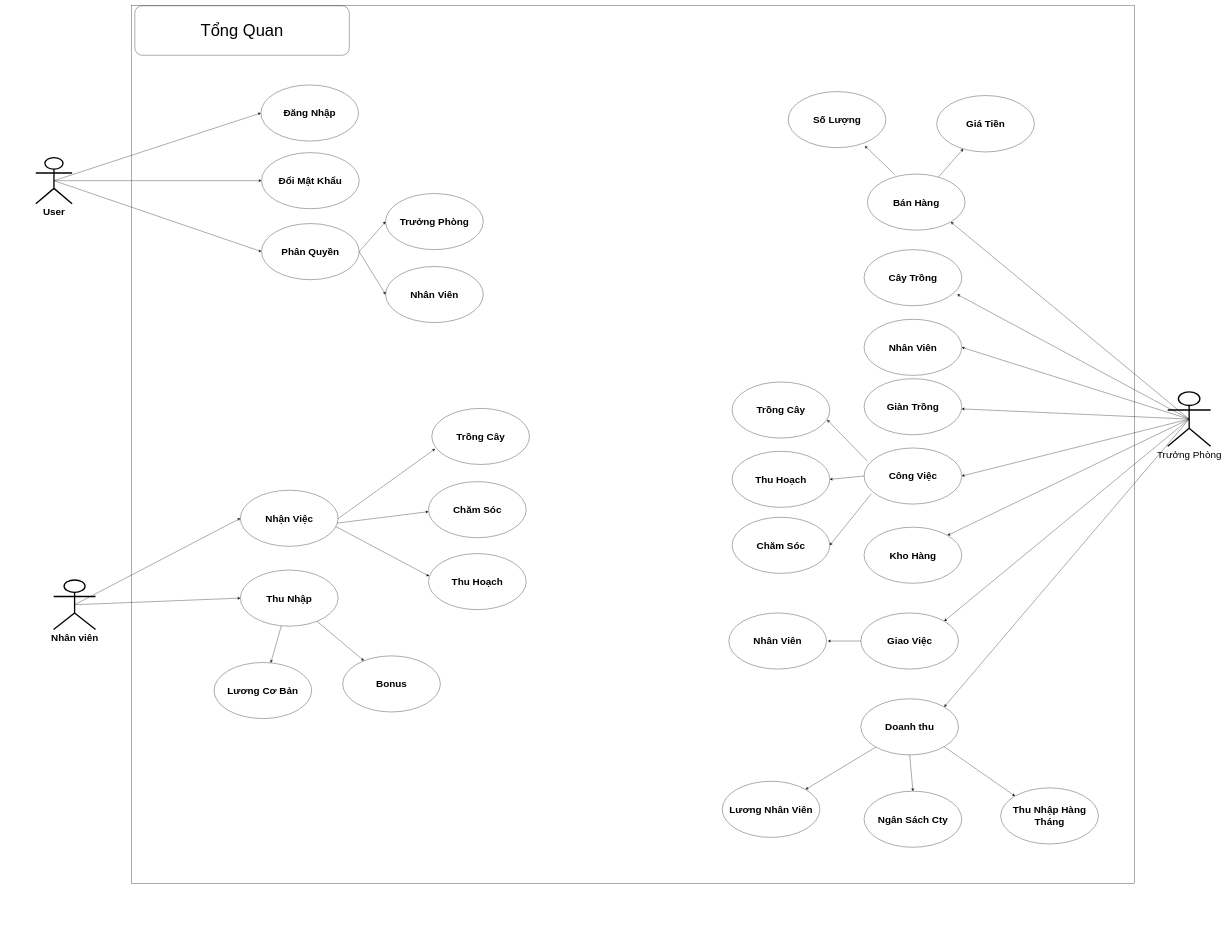
Above: page "Tổng Quan" (1 of 4) of FarmSys/Document_nhom1/UserCase_FarmSys_Nhom1.drawio in chunn24/Duan1 (draw.io), before the change. Source tidied: cells renumbered, new cells numbered last; positions are measured from the earlier drawing's top-left corner, leaving out a move shared by most shapes. Both pictures are drawn from the tidied source at 33%, with x=0, y=0 at pixel (36, 6).
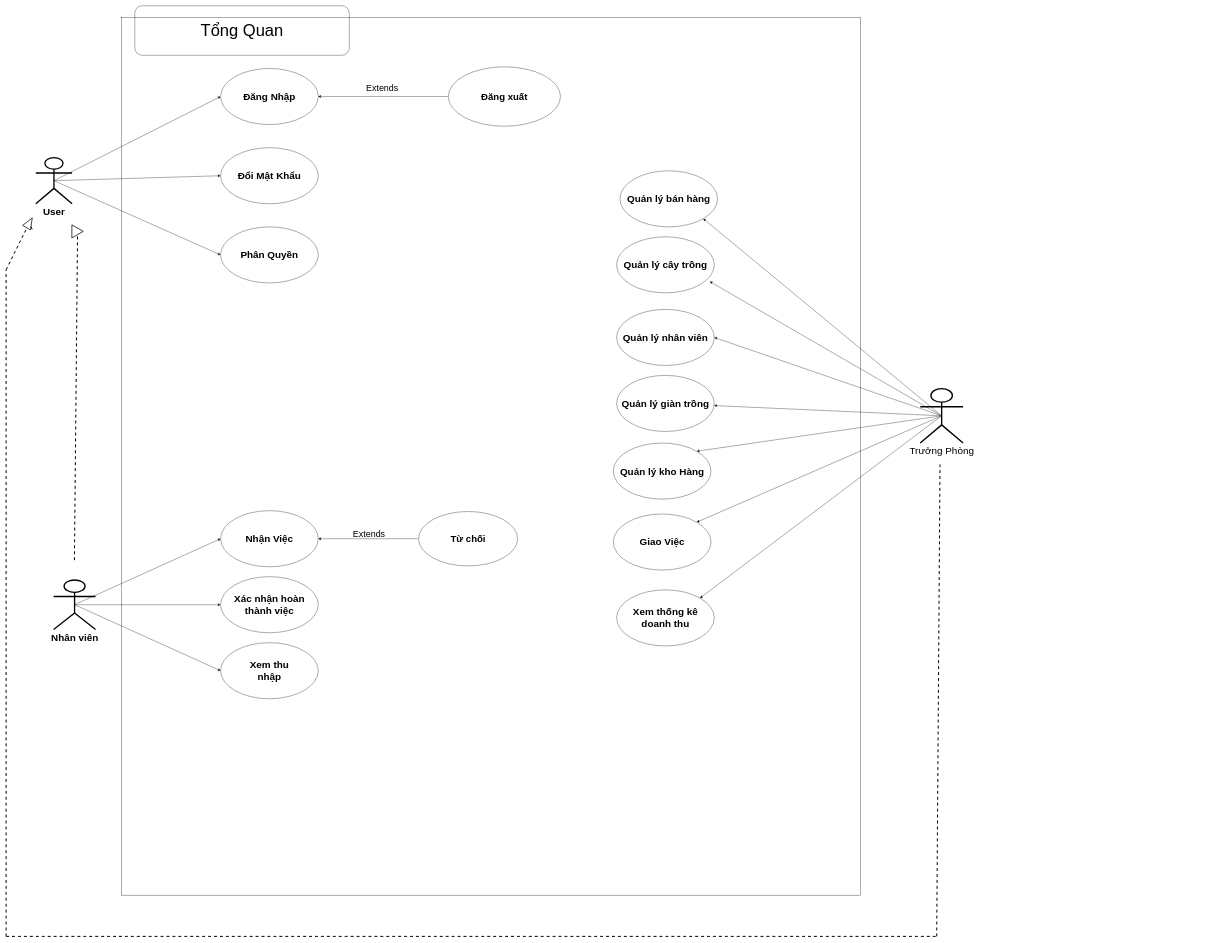
After the change.

Unchanged cells that the change refers to:
```xml
<mxCell id="17" value="&lt;font style=&quot;font-size: 30px&quot;&gt;&lt;b&gt;Nhân viên&lt;/b&gt;&lt;/font&gt;" style="shape=umlActor;verticalLabelPosition=bottom;verticalAlign=top;html=1;outlineConnect=0;strokeWidth=4;" parent="1" vertex="1">
  <mxGeometry x="54" y="1740" width="127" height="150" as="geometry" />
</mxCell>
```

What changed in the source:
```diff
@@
-    <mxCell id="2" style="rounded=0;whiteSpace=wrap;html=1;fontSize=30;verticalAlign=middle;fillColor=none;" parent="1" vertex="1">
-      <mxGeometry x="290" width="3040" height="2660" as="geometry" />
-    </mxCell>
+    <mxCell id="65" style="rounded=0;whiteSpace=wrap;html=1;fontSize=30;verticalAlign=middle;fillColor=none;" parent="1" vertex="1">
+      <mxGeometry x="260" y="35" width="2240" height="2660" as="geometry" />
+    </mxCell>
     <mxCell id="3" value="&lt;font style=&quot;font-size: 30px&quot;&gt;Trưởng Phòng&lt;/font&gt;" style="shape=umlActor;verticalLabelPosition=bottom;verticalAlign=top;html=1;outlineConnect=0;strokeWidth=4;" parent="1" vertex="1">
-      <mxGeometry x="3430" y="1170" width="130" height="165" as="geometry" />
+      <mxGeometry x="2680" y="1160" width="130" height="165" as="geometry" />
     </mxCell>
-    <mxCell id="4" style="endArrow=classic;html=1;rounded=0;exitX=0.5;exitY=0.5;exitDx=0;exitDy=0;exitPerimeter=0;entryX=1;entryY=0.5;entryDx=0;entryDy=0;" parent="1" edge="1" source="3" target="62">
-      <mxGeometry relative="1" as="geometry" />
-    </mxCell>
-    <mxCell id="5" style="endArrow=classic;html=1;rounded=0;exitX=0.5;exitY=0.5;exitDx=0;exitDy=0;exitPerimeter=0;entryX=1;entryY=0.5;entryDx=0;entryDy=0;" parent="1" edge="1" source="3" target="53">
-      <mxGeometry relative="1" as="geometry" />
-    </mxCell>
-    <mxCell id="6" style="endArrow=classic;html=1;rounded=0;entryX=1;entryY=0;entryDx=0;entryDy=0;exitX=0.5;exitY=0.5;exitDx=0;exitDy=0;exitPerimeter=0;" parent="1" edge="1" source="3" target="45">
-      <mxGeometry relative="1" as="geometry" />
-    </mxCell>
-    <mxCell id="7" style="endArrow=classic;html=1;rounded=0;exitX=0.5;exitY=0.5;exitDx=0;exitDy=0;exitPerimeter=0;entryX=1;entryY=0;entryDx=0;entryDy=0;" parent="1" edge="1" source="3" target="52">
-      <mxGeometry relative="1" as="geometry" />
-    </mxCell>
+    <mxCell id="66" style="endArrow=classic;html=1;rounded=0;exitX=0.5;exitY=0.5;exitDx=0;exitDy=0;exitPerimeter=0;entryX=1;entryY=0.5;entryDx=0;entryDy=0;" parent="1" edge="1" source="3" target="80">
+      <mxGeometry relative="1" as="geometry" />
+    </mxCell>
+    <mxCell id="67" style="endArrow=classic;html=1;rounded=0;entryX=1;entryY=0;entryDx=0;entryDy=0;exitX=0.5;exitY=0.5;exitDx=0;exitDy=0;exitPerimeter=0;" parent="1" edge="1" source="3" target="76">
+      <mxGeometry relative="1" as="geometry" />
+    </mxCell>
+    <mxCell id="68" style="endArrow=classic;html=1;rounded=0;exitX=0.5;exitY=0.5;exitDx=0;exitDy=0;exitPerimeter=0;entryX=1;entryY=0;entryDx=0;entryDy=0;" parent="1" edge="1" source="3" target="77">
+      <mxGeometry relative="1" as="geometry" />
+    </mxCell>
@@
-    <mxCell id="9" style="endArrow=classic;html=1;rounded=0;exitX=0.5;exitY=0.5;exitDx=0;exitDy=0;exitPerimeter=0;" parent="1" edge="1" source="3" target="60">
-      <mxGeometry relative="1" as="geometry" />
-    </mxCell>
-    <mxCell id="10" style="endArrow=classic;html=1;rounded=0;exitX=0.5;exitY=0.5;exitDx=0;exitDy=0;exitPerimeter=0;entryX=0.953;entryY=0.797;entryDx=0;entryDy=0;entryPerimeter=0;" parent="1" edge="1" source="3" target="61">
-      <mxGeometry relative="1" as="geometry" />
-    </mxCell>
+    <mxCell id="69" style="endArrow=classic;html=1;rounded=0;exitX=0.5;exitY=0.5;exitDx=0;exitDy=0;exitPerimeter=0;" parent="1" edge="1" source="3" target="78">
+      <mxGeometry relative="1" as="geometry" />
+    </mxCell>
+    <mxCell id="70" style="endArrow=classic;html=1;rounded=0;exitX=0.5;exitY=0.5;exitDx=0;exitDy=0;exitPerimeter=0;entryX=0.953;entryY=0.797;entryDx=0;entryDy=0;entryPerimeter=0;" parent="1" edge="1" source="3" target="79">
+      <mxGeometry relative="1" as="geometry" />
+    </mxCell>
@@
-    <mxCell id="16" style="endArrow=classic;html=1;rounded=0;fontSize=30;entryX=1;entryY=1;entryDx=0;entryDy=0;exitX=0.5;exitY=0.5;exitDx=0;exitDy=0;exitPerimeter=0;" parent="1" edge="1" source="3" target="41">
-      <mxGeometry relative="1" as="geometry" />
-    </mxCell>
+    <mxCell id="71" style="endArrow=classic;html=1;rounded=0;fontSize=30;entryX=1;entryY=1;entryDx=0;entryDy=0;exitX=0.5;exitY=0.5;exitDx=0;exitDy=0;exitPerimeter=0;" parent="1" edge="1" source="3" target="75">
+      <mxGeometry relative="1" as="geometry" />
+    </mxCell>
+    <mxCell id="72" style="edgeStyle=orthogonalEdgeStyle;rounded=0;jettySize=auto;html=1;exitX=0.5;exitY=0.5;exitDx=0;exitDy=0;exitPerimeter=0;" parent="1" edge="1" source="17" target="87">
+      <mxGeometry relative="1" as="geometry" />
+    </mxCell>
@@
-    <mxCell id="18" style="endArrow=classic;html=1;rounded=0;entryX=0;entryY=0.5;entryDx=0;entryDy=0;exitX=0.5;exitY=0.5;exitDx=0;exitDy=0;exitPerimeter=0;" parent="1" edge="1" source="17" target="32">
-      <mxGeometry relative="1" as="geometry" />
-    </mxCell>
-    <mxCell id="19" style="endArrow=classic;html=1;rounded=0;" parent="1" edge="1" source="32" target="33">
-      <mxGeometry relative="1" as="geometry" />
-    </mxCell>
-    <mxCell id="20" style="endArrow=classic;html=1;rounded=0;" parent="1" edge="1" source="32" target="34">
-      <mxGeometry relative="1" as="geometry" />
-    </mxCell>
-    <mxCell id="21" style="endArrow=classic;html=1;rounded=0;fontSize=12;entryX=0.034;entryY=0.721;entryDx=0;entryDy=0;exitX=1;exitY=0.5;exitDx=0;exitDy=0;entryPerimeter=0;" parent="1" edge="1" target="36">
-      <mxGeometry relative="1" as="geometry">
-        <mxPoint x="894" y="1570" as="sourcePoint" />
-      </mxGeometry>
-    </mxCell>
-    <mxCell id="22" style="endArrow=classic;html=1;rounded=0;fontSize=12;exitX=1;exitY=0.5;exitDx=0;exitDy=0;" parent="1" edge="1">
-      <mxGeometry relative="1" as="geometry">
-        <mxPoint x="894" y="1570" as="sourcePoint" />
-        <mxPoint x="1190" y="1533" as="targetPoint" />
-      </mxGeometry>
-    </mxCell>
-    <mxCell id="23" style="endArrow=classic;html=1;rounded=0;fontSize=12;entryX=0.007;entryY=0.403;entryDx=0;entryDy=0;exitX=1;exitY=0.5;exitDx=0;exitDy=0;entryPerimeter=0;" parent="1" edge="1" target="38">
-      <mxGeometry relative="1" as="geometry">
-        <mxPoint x="894" y="1570" as="sourcePoint" />
-      </mxGeometry>
-    </mxCell>
+    <mxCell id="73" style="endArrow=classic;html=1;rounded=0;entryX=0;entryY=0.5;entryDx=0;entryDy=0;exitX=0.5;exitY=0.5;exitDx=0;exitDy=0;exitPerimeter=0;" parent="1" edge="1" source="17" target="74">
+      <mxGeometry relative="1" as="geometry" />
+    </mxCell>
     <mxCell id="24" value="Phân Quyền" style="ellipse;whiteSpace=wrap;html=1;fontSize=30;fontStyle=1;" parent="1" vertex="1">
-      <mxGeometry x="684" y="660" width="296" height="170" as="geometry" />
+      <mxGeometry x="560" y="670" width="296" height="170" as="geometry" />
     </mxCell>
-    <mxCell id="25" value="Nhân Viên" style="ellipse;whiteSpace=wrap;html=1;fontSize=30;fontStyle=1;" parent="1" vertex="1">
-      <mxGeometry x="1060" y="790" width="296" height="170" as="geometry" />
-    </mxCell>
-    <mxCell id="26" value="Trưởng Phòng" style="ellipse;whiteSpace=wrap;html=1;fontSize=30;fontStyle=1;" parent="1" vertex="1">
-      <mxGeometry x="1060" y="569" width="296" height="170" as="geometry" />
-    </mxCell>
     <mxCell id="27" value="Đổi Mật Khẩu" style="ellipse;whiteSpace=wrap;html=1;fontSize=30;fontStyle=1;" parent="1" vertex="1">
-      <mxGeometry x="684" y="445" width="296" height="170" as="geometry" />
+      <mxGeometry x="560" y="430" width="296" height="170" as="geometry" />
     </mxCell>
     <mxCell id="28" value="Đăng Nhập" style="ellipse;whiteSpace=wrap;html=1;fontSize=30;fontStyle=1;" parent="1" vertex="1">
-      <mxGeometry x="682" y="240" width="296" height="170" as="geometry" />
+      <mxGeometry x="560" y="190" width="296" height="170" as="geometry" />
     </mxCell>
-    <mxCell id="29" style="endArrow=classic;html=1;rounded=0;fontSize=30;entryX=0;entryY=0.5;entryDx=0;entryDy=0;exitX=1;exitY=0.5;exitDx=0;exitDy=0;" parent="1" edge="1" source="24" target="26">
-      <mxGeometry relative="1" as="geometry" />
-    </mxCell>
-    <mxCell id="30" style="endArrow=classic;html=1;rounded=0;fontSize=30;entryX=0;entryY=0.5;entryDx=0;entryDy=0;exitX=1;exitY=0.5;exitDx=0;exitDy=0;" parent="1" edge="1" source="24" target="25">
-      <mxGeometry relative="1" as="geometry" />
-    </mxCell>
     <mxCell id="31" value="Nhận Việc" style="ellipse;whiteSpace=wrap;html=1;fontSize=30;fontStyle=1;" parent="1" vertex="1">
-      <mxGeometry x="620" y="1468" width="296" height="170" as="geometry" />
+      <mxGeometry x="560" y="1530" width="296" height="170" as="geometry" />
     </mxCell>
-    <mxCell id="32" value="Thu Nhập" style="ellipse;whiteSpace=wrap;html=1;fontSize=30;fontStyle=1;" parent="1" vertex="1">
-      <mxGeometry x="620" y="1710" width="296" height="170" as="geometry" />
-    </mxCell>
-    <mxCell id="33" value="Lương Cơ Bản" style="ellipse;whiteSpace=wrap;html=1;fontSize=30;fontStyle=1;" parent="1" vertex="1">
-      <mxGeometry x="540" y="1990" width="296" height="170" as="geometry" />
-    </mxCell>
-    <mxCell id="34" value="Bonus" style="ellipse;whiteSpace=wrap;html=1;fontSize=30;fontStyle=1;" parent="1" vertex="1">
-      <mxGeometry x="930" y="1970" width="296" height="170" as="geometry" />
-    </mxCell>
+    <mxCell id="74" value="Xem thu &lt;br&gt;nhập" style="ellipse;whiteSpace=wrap;html=1;fontSize=30;fontStyle=1;" parent="1" vertex="1">
+      <mxGeometry x="560" y="1930" width="296" height="170" as="geometry" />
+    </mxCell>
@@
-    <mxCell id="36" value="Trồng Cây" style="ellipse;whiteSpace=wrap;html=1;fontSize=30;fontStyle=1;" parent="1" vertex="1">
-      <mxGeometry x="1200" y="1220" width="296" height="170" as="geometry" />
-    </mxCell>
-    <mxCell id="37" value="Chăm Sóc" style="ellipse;whiteSpace=wrap;html=1;fontSize=30;fontStyle=1;" parent="1" vertex="1">
-      <mxGeometry x="1190" y="1442" width="296" height="170" as="geometry" />
-    </mxCell>
-    <mxCell id="38" value="Thu Hoạch" style="ellipse;whiteSpace=wrap;html=1;fontSize=30;fontStyle=1;" parent="1" vertex="1">
-      <mxGeometry x="1190" y="1660" width="296" height="170" as="geometry" />
-    </mxCell>
-    <mxCell id="39" value="Số Lượng" style="ellipse;whiteSpace=wrap;html=1;fontSize=30;fontStyle=1;" parent="1" vertex="1">
-      <mxGeometry x="2280" y="260" width="296" height="170" as="geometry" />
-    </mxCell>
-    <mxCell id="40" value="Giá Tiền" style="ellipse;whiteSpace=wrap;html=1;fontSize=30;fontStyle=1;" parent="1" vertex="1">
-      <mxGeometry x="2730" y="272" width="296" height="171" as="geometry" />
-    </mxCell>
-    <mxCell id="41" value="Bán Hàng" style="ellipse;whiteSpace=wrap;html=1;fontSize=30;fontStyle=1;" parent="1" vertex="1">
-      <mxGeometry x="2520" y="510" width="296" height="170" as="geometry" />
-    </mxCell>
-    <mxCell id="42" value="Lương Nhân Viên" style="ellipse;whiteSpace=wrap;html=1;fontSize=30;fontStyle=1;" parent="1" vertex="1">
-      <mxGeometry x="2080" y="2350" width="296" height="170" as="geometry" />
-    </mxCell>
-    <mxCell id="43" value="Ngân Sách Cty" style="ellipse;whiteSpace=wrap;html=1;fontSize=30;fontStyle=1;" parent="1" vertex="1">
-      <mxGeometry x="2510" y="2380" width="296" height="170" as="geometry" />
-    </mxCell>
-    <mxCell id="44" value="Thu Nhập Hàng Tháng" style="ellipse;whiteSpace=wrap;html=1;fontSize=30;fontStyle=1;" parent="1" vertex="1">
-      <mxGeometry x="2924" y="2370" width="296" height="170" as="geometry" />
-    </mxCell>
-    <mxCell id="45" value="Doanh thu" style="ellipse;whiteSpace=wrap;html=1;fontSize=30;fontStyle=1;" parent="1" vertex="1">
-      <mxGeometry x="2500" y="2100" width="296" height="170" as="geometry" />
-    </mxCell>
-    <mxCell id="46" style="endArrow=classic;html=1;rounded=0;fontSize=30;entryX=1;entryY=0;entryDx=0;entryDy=0;" parent="1" edge="1" source="45" target="42">
-      <mxGeometry relative="1" as="geometry" />
-    </mxCell>
-    <mxCell id="47" style="endArrow=classic;html=1;rounded=0;fontSize=30;entryX=0;entryY=0;entryDx=0;entryDy=0;exitX=1;exitY=1;exitDx=0;exitDy=0;" parent="1" edge="1" source="45" target="44">
-      <mxGeometry relative="1" as="geometry" />
-    </mxCell>
-    <mxCell id="48" style="endArrow=classic;html=1;rounded=0;fontSize=30;entryX=0.5;entryY=0;entryDx=0;entryDy=0;exitX=0.5;exitY=1;exitDx=0;exitDy=0;" parent="1" edge="1" source="45" target="43">
-      <mxGeometry relative="1" as="geometry" />
-    </mxCell>
-    <mxCell id="49" style="edgeStyle=orthogonalEdgeStyle;rounded=0;jettySize=auto;html=1;fontSize=30;" parent="1" edge="1" source="50">
-      <mxGeometry relative="1" as="geometry">
-        <mxPoint x="2400" y="1925" as="targetPoint" />
-      </mxGeometry>
-    </mxCell>
+    <mxCell id="75" value="Quản lý bán hàng" style="ellipse;whiteSpace=wrap;html=1;fontSize=30;fontStyle=1;" parent="1" vertex="1">
+      <mxGeometry x="1770" y="500" width="296" height="170" as="geometry" />
+    </mxCell>
+    <mxCell id="76" value="Xem thống kê doanh thu" style="ellipse;whiteSpace=wrap;html=1;fontSize=30;fontStyle=1;" parent="1" vertex="1">
+      <mxGeometry x="1760" y="1770" width="296" height="170" as="geometry" />
+    </mxCell>
     <mxCell id="50" value="Giao Việc" style="ellipse;whiteSpace=wrap;html=1;fontSize=30;fontStyle=1;" parent="1" vertex="1">
-      <mxGeometry x="2500" y="1840" width="296" height="170" as="geometry" />
+      <mxGeometry x="1750" y="1540" width="296" height="170" as="geometry" />
     </mxCell>
-    <mxCell id="51" value="Nhân Viên" style="ellipse;whiteSpace=wrap;html=1;fontSize=30;fontStyle=1;" parent="1" vertex="1">
-      <mxGeometry x="2100" y="1840" width="296" height="170" as="geometry" />
-    </mxCell>
-    <mxCell id="52" value="Kho Hàng" style="ellipse;whiteSpace=wrap;html=1;fontSize=30;fontStyle=1;" parent="1" vertex="1">
-      <mxGeometry x="2510" y="1580" width="296" height="170" as="geometry" />
-    </mxCell>
-    <mxCell id="53" value="Công Việc" style="ellipse;whiteSpace=wrap;html=1;fontSize=30;fontStyle=1;" parent="1" vertex="1">
-      <mxGeometry x="2510" y="1340" width="296" height="170" as="geometry" />
-    </mxCell>
-    <mxCell id="54" value="Thu Hoạch" style="ellipse;whiteSpace=wrap;html=1;fontSize=30;fontStyle=1;" parent="1" vertex="1">
-      <mxGeometry x="2110" y="1350" width="296" height="170" as="geometry" />
-    </mxCell>
-    <mxCell id="55" value="Chăm Sóc" style="ellipse;whiteSpace=wrap;html=1;fontSize=30;fontStyle=1;" parent="1" vertex="1">
-      <mxGeometry x="2110" y="1550" width="296" height="170" as="geometry" />
-    </mxCell>
-    <mxCell id="56" value="Trồng Cây" style="ellipse;whiteSpace=wrap;html=1;fontSize=30;fontStyle=1;" parent="1" vertex="1">
-      <mxGeometry x="2110" y="1140" width="296" height="170" as="geometry" />
-    </mxCell>
-    <mxCell id="57" style="endArrow=classic;html=1;rounded=0;fontSize=30;entryX=0.973;entryY=0.674;entryDx=0;entryDy=0;entryPerimeter=0;exitX=0.034;exitY=0.235;exitDx=0;exitDy=0;exitPerimeter=0;" parent="1" edge="1" source="53" target="56">
-      <mxGeometry relative="1" as="geometry" />
-    </mxCell>
-    <mxCell id="58" style="endArrow=classic;html=1;rounded=0;fontSize=30;entryX=1;entryY=0.5;entryDx=0;entryDy=0;exitX=0;exitY=0.5;exitDx=0;exitDy=0;" parent="1" edge="1" source="53" target="54">
-      <mxGeometry relative="1" as="geometry" />
-    </mxCell>
-    <mxCell id="59" style="endArrow=classic;html=1;rounded=0;fontSize=30;exitX=0.074;exitY=0.815;exitDx=0;exitDy=0;exitPerimeter=0;entryX=1;entryY=0.5;entryDx=0;entryDy=0;" parent="1" edge="1" source="53" target="55">
-      <mxGeometry relative="1" as="geometry" />
-    </mxCell>
-    <mxCell id="60" value="Giàn Trồng" style="ellipse;whiteSpace=wrap;html=1;fontSize=30;fontStyle=1;" parent="1" vertex="1">
-      <mxGeometry x="2510" y="1130" width="296" height="170" as="geometry" />
-    </mxCell>
-    <mxCell id="61" value="Cây Trồng" style="ellipse;whiteSpace=wrap;html=1;fontSize=30;fontStyle=1;" parent="1" vertex="1">
-      <mxGeometry x="2510" y="739" width="296" height="170" as="geometry" />
-    </mxCell>
-    <mxCell id="62" value="Nhân Viên" style="ellipse;whiteSpace=wrap;html=1;fontSize=30;fontStyle=1;" parent="1" vertex="1">
-      <mxGeometry x="2510" y="950" width="296" height="170" as="geometry" />
-    </mxCell>
-    <mxCell id="63" style="endArrow=classic;html=1;rounded=0;fontSize=30;entryX=0.784;entryY=0.968;entryDx=0;entryDy=0;entryPerimeter=0;exitX=0.277;exitY=0.003;exitDx=0;exitDy=0;exitPerimeter=0;" parent="1" edge="1" source="41" target="39">
-      <mxGeometry relative="1" as="geometry" />
-    </mxCell>
-    <mxCell id="64" style="endArrow=classic;html=1;rounded=0;fontSize=30;" parent="1" edge="1" source="41" target="40">
-      <mxGeometry relative="1" as="geometry" />
-    </mxCell>
+    <mxCell id="77" value="Quản lý kho Hàng" style="ellipse;whiteSpace=wrap;html=1;fontSize=30;fontStyle=1;" parent="1" vertex="1">
+      <mxGeometry x="1750" y="1325" width="296" height="170" as="geometry" />
+    </mxCell>
+    <mxCell id="78" value="Quản lý giàn trồng" style="ellipse;whiteSpace=wrap;html=1;fontSize=30;fontStyle=1;" parent="1" vertex="1">
+      <mxGeometry x="1760" y="1120" width="296" height="170" as="geometry" />
+    </mxCell>
+    <mxCell id="79" value="Quản lý cây trồng" style="ellipse;whiteSpace=wrap;html=1;fontSize=30;fontStyle=1;" parent="1" vertex="1">
+      <mxGeometry x="1760" y="700" width="296" height="170" as="geometry" />
+    </mxCell>
+    <mxCell id="80" value="Quản lý nhân viên" style="ellipse;whiteSpace=wrap;html=1;fontSize=30;fontStyle=1;" parent="1" vertex="1">
+      <mxGeometry x="1760" y="920" width="296" height="170" as="geometry" />
+    </mxCell>
+    <mxCell id="81" style="edgeStyle=orthogonalEdgeStyle;rounded=0;jettySize=auto;html=1;exitX=0;exitY=0.5;exitDx=0;exitDy=0;entryX=1;entryY=0.5;entryDx=0;entryDy=0;" parent="1" edge="1" source="82" target="28">
+      <mxGeometry relative="1" as="geometry" />
+    </mxCell>
+    <mxCell id="82" value="&lt;font style=&quot;font-size: 29px&quot;&gt;Đăng xuất&lt;/font&gt;" style="ellipse;whiteSpace=wrap;html=1;fontStyle=1;" parent="1" vertex="1">
+      <mxGeometry x="1250" y="185" width="340" height="180" as="geometry" />
+    </mxCell>
+    <mxCell id="83" value="&lt;font style=&quot;font-size: 27px&quot;&gt;Extends&lt;/font&gt;" style="text;html=1;strokeColor=none;fillColor=none;align=center;verticalAlign=middle;whiteSpace=wrap;rounded=0;strokeWidth=10;" parent="1" vertex="1">
+      <mxGeometry x="1030" y="240" width="40" height="20" as="geometry" />
+    </mxCell>
+    <mxCell id="84" style="edgeStyle=orthogonalEdgeStyle;rounded=0;jettySize=auto;html=1;exitX=0;exitY=0.5;exitDx=0;exitDy=0;entryX=1;entryY=0.5;entryDx=0;entryDy=0;" parent="1" edge="1" source="85" target="31">
+      <mxGeometry relative="1" as="geometry" />
+    </mxCell>
+    <mxCell id="85" value="&lt;font style=&quot;font-size: 29px&quot;&gt;Từ chối&lt;/font&gt;" style="ellipse;whiteSpace=wrap;html=1;fontStyle=1;" parent="1" vertex="1">
+      <mxGeometry x="1160" y="1532.5" width="300" height="165" as="geometry" />
+    </mxCell>
+    <mxCell id="86" value="&lt;font style=&quot;font-size: 27px&quot;&gt;Extends&lt;/font&gt;" style="text;html=1;strokeColor=none;fillColor=none;align=center;verticalAlign=middle;whiteSpace=wrap;rounded=0;strokeWidth=10;" parent="1" vertex="1">
+      <mxGeometry x="990" y="1590" width="40" height="20" as="geometry" />
+    </mxCell>
+    <mxCell id="87" value="Xác nhận hoàn thành việc" style="ellipse;whiteSpace=wrap;html=1;fontSize=30;fontStyle=1;" parent="1" vertex="1">
+      <mxGeometry x="560" y="1730" width="296" height="170" as="geometry" />
+    </mxCell>
+    <mxCell id="88" style="endArrow=none;dashed=1;html=1;fontSize=19;strokeWidth=3;" parent="1" edge="1">
+      <mxGeometry relative="1" as="geometry">
+        <mxPoint x="2730" y="2820" as="sourcePoint" />
+        <mxPoint x="2740" y="1390" as="targetPoint" />
+      </mxGeometry>
+    </mxCell>
+    <mxCell id="89" style="endArrow=none;dashed=1;html=1;fontSize=19;strokeWidth=3;" parent="1" edge="1">
+      <mxGeometry relative="1" as="geometry">
+        <mxPoint x="-90" y="2820" as="sourcePoint" />
+        <mxPoint x="2730" y="2820" as="targetPoint" />
+      </mxGeometry>
+    </mxCell>
+    <mxCell id="90" style="endArrow=none;dashed=1;html=1;fontSize=19;strokeWidth=3;" parent="1" edge="1">
+      <mxGeometry relative="1" as="geometry">
+        <mxPoint x="-90" y="2820" as="sourcePoint" />
+        <mxPoint x="-90" y="800" as="targetPoint" />
+      </mxGeometry>
+    </mxCell>
+    <mxCell id="91" style="endArrow=none;dashed=1;html=1;fontSize=19;strokeWidth=3;startArrow=none;" parent="1" edge="1" source="92">
+      <mxGeometry relative="1" as="geometry">
+        <mxPoint x="-10" y="680" as="targetPoint" />
+      </mxGeometry>
+    </mxCell>
+    <mxCell id="92" style="triangle;whiteSpace=wrap;html=1;fillColor=none;rotation=-60;strokeWidth=2;" parent="1" vertex="1">
+      <mxGeometry x="-36.5" y="643.8" width="34.3" height="27.5" as="geometry" />
+    </mxCell>
+    <mxCell id="93" style="endArrow=none;dashed=1;html=1;fontSize=19;strokeWidth=3;" parent="1" edge="1" target="92">
+      <mxGeometry relative="1" as="geometry">
+        <mxPoint x="-90" y="800" as="sourcePoint" />
+      </mxGeometry>
+    </mxCell>
+    <mxCell id="94" style="endArrow=none;dashed=1;html=1;fontSize=19;strokeWidth=3;entryX=0;entryY=0.5;entryDx=0;entryDy=0;" parent="1" edge="1" target="95">
+      <mxGeometry relative="1" as="geometry">
+        <mxPoint x="117" y="1680" as="sourcePoint" />
+      </mxGeometry>
+    </mxCell>
+    <mxCell id="95" style="triangle;whiteSpace=wrap;html=1;fillColor=none;rotation=-120;strokeWidth=2;" parent="1" vertex="1">
+      <mxGeometry x="100.8" y="658.7" width="34.3" height="40" as="geometry" />
+    </mxCell>
```
